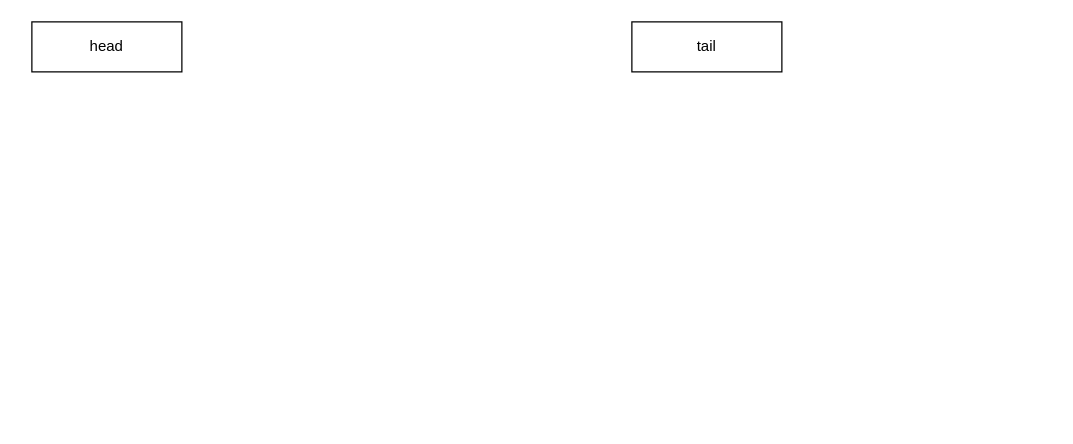
This is page "线程池的核心流程" (6 of 6) of docs/06.JUC/绘图文件/并发编程.drawio from freedom0123/coding, a draw.io file, before an edit. Source tidied: cells renumbered, new cells numbered last; positions are measured from the earlier drawing's top-left corner, leaving out a move shared by most shapes. Both pictures are drawn from the tidied source at 125%, with x=0, y=0 at pixel (31, 21).
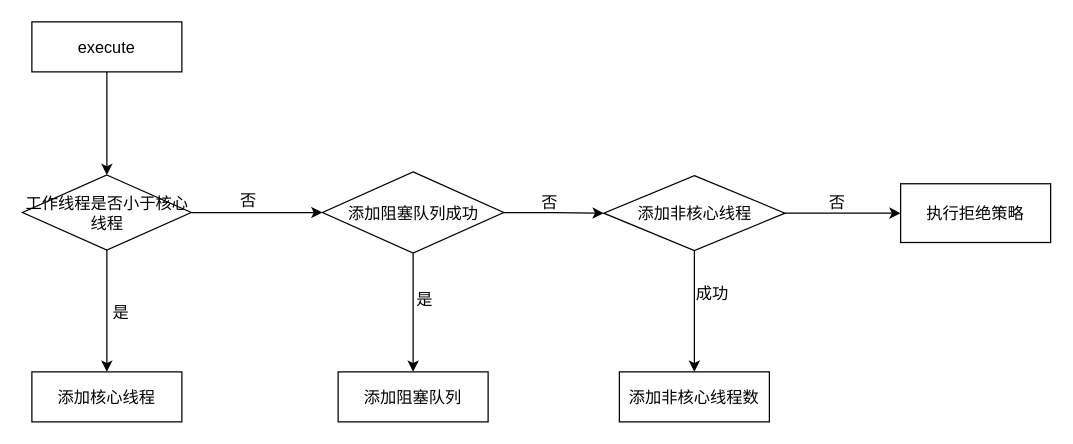
After the change.

Diff of the diagram source:
```diff
@@
+    <mxCell id="4" style="edgeStyle=orthogonalEdgeStyle;rounded=0;jettySize=auto;html=1;fontSize=13;" parent="1" edge="1" source="2" target="9">
+      <mxGeometry relative="1" as="geometry" />
+    </mxCell>
-    <mxCell id="2" value="head" style="rounded=0;whiteSpace=wrap;html=1;" parent="1" vertex="1">
+    <mxCell id="2" value="execute" style="rounded=0;whiteSpace=wrap;html=1;fontSize=13;" parent="1" vertex="1">
       <mxGeometry width="120" height="40" as="geometry" />
     </mxCell>
-    <mxCell id="3" value="tail" style="rounded=0;whiteSpace=wrap;html=1;" parent="1" vertex="1">
-      <mxGeometry x="480" width="120" height="40" as="geometry" />
-    </mxCell>
+    <mxCell id="5" style="edgeStyle=orthogonalEdgeStyle;rounded=0;jettySize=auto;html=1;fontSize=13;" parent="1" edge="1" source="9" target="14">
+      <mxGeometry relative="1" as="geometry" />
+    </mxCell>
+    <mxCell id="6" value="否" style="edgeLabel;html=1;align=center;verticalAlign=middle;fontSize=13;" parent="5" vertex="1">
+      <mxGeometry x="-0.43" y="-1" relative="1" as="geometry">
+        <mxPoint x="15" y="-11" as="offset" />
+      </mxGeometry>
+    </mxCell>
+    <mxCell id="7" style="edgeStyle=orthogonalEdgeStyle;rounded=0;jettySize=auto;html=1;fontSize=13;" parent="1" edge="1" source="9" target="15">
+      <mxGeometry relative="1" as="geometry" />
+    </mxCell>
+    <mxCell id="8" value="是" style="edgeLabel;html=1;align=center;verticalAlign=middle;fontSize=13;" parent="7" vertex="1">
+      <mxGeometry x="-0.14" y="1" relative="1" as="geometry">
+        <mxPoint x="9" y="7" as="offset" />
+      </mxGeometry>
+    </mxCell>
+    <mxCell id="9" value="工作线程是否小于核心线程" style="rhombus;whiteSpace=wrap;html=1;rounded=0;fontSize=13;" parent="1" vertex="1">
+      <mxGeometry x="-7.5" y="122.5" width="135" height="60" as="geometry" />
+    </mxCell>
+    <mxCell id="10" style="edgeStyle=orthogonalEdgeStyle;rounded=0;jettySize=auto;html=1;fontSize=13;" parent="1" edge="1" source="14" target="16">
+      <mxGeometry relative="1" as="geometry" />
+    </mxCell>
+    <mxCell id="11" value="是" style="edgeLabel;html=1;align=center;verticalAlign=middle;fontSize=13;" parent="10" vertex="1">
+      <mxGeometry x="-0.24" y="1" relative="1" as="geometry">
+        <mxPoint x="7" as="offset" />
+      </mxGeometry>
+    </mxCell>
+    <mxCell id="12" style="edgeStyle=orthogonalEdgeStyle;rounded=0;jettySize=auto;html=1;fontSize=13;" parent="1" edge="1" source="14" target="21">
+      <mxGeometry relative="1" as="geometry" />
+    </mxCell>
+    <mxCell id="13" value="否" style="edgeLabel;html=1;align=center;verticalAlign=middle;fontSize=13;" parent="12" vertex="1">
+      <mxGeometry x="0.28" y="3" relative="1" as="geometry">
+        <mxPoint x="-16" y="-7" as="offset" />
+      </mxGeometry>
+    </mxCell>
+    <mxCell id="14" value="&lt;span style=&quot;background-color: initial; font-size: 13px;&quot;&gt;添加阻塞队列成功&lt;/span&gt;" style="rhombus;whiteSpace=wrap;html=1;rounded=0;align=center;fontSize=13;" parent="1" vertex="1">
+      <mxGeometry x="232.5" y="120" width="145" height="65" as="geometry" />
+    </mxCell>
+    <mxCell id="15" value="添加核心线程" style="whiteSpace=wrap;html=1;rounded=0;fontSize=13;" parent="1" vertex="1">
+      <mxGeometry y="280" width="120" height="40" as="geometry" />
+    </mxCell>
+    <mxCell id="16" value="添加阻塞队列" style="whiteSpace=wrap;html=1;rounded=0;fontSize=13;" parent="1" vertex="1">
+      <mxGeometry x="245" y="280" width="120" height="40" as="geometry" />
+    </mxCell>
+    <mxCell id="17" style="edgeStyle=orthogonalEdgeStyle;rounded=0;jettySize=auto;html=1;fontSize=13;" parent="1" edge="1" source="21" target="22">
+      <mxGeometry relative="1" as="geometry" />
+    </mxCell>
+    <mxCell id="18" value="成功" style="edgeLabel;html=1;align=center;verticalAlign=middle;fontSize=13;" parent="17" vertex="1">
+      <mxGeometry x="-0.32" y="1" relative="1" as="geometry">
+        <mxPoint x="12" as="offset" />
+      </mxGeometry>
+    </mxCell>
+    <mxCell id="19" style="edgeStyle=orthogonalEdgeStyle;rounded=0;jettySize=auto;html=1;fontSize=13;" parent="1" edge="1" source="21" target="23">
+      <mxGeometry relative="1" as="geometry" />
+    </mxCell>
+    <mxCell id="20" value="否" style="edgeLabel;html=1;align=center;verticalAlign=middle;fontSize=13;" parent="19" vertex="1">
+      <mxGeometry x="-0.11" relative="1" as="geometry">
+        <mxPoint y="-10" as="offset" />
+      </mxGeometry>
+    </mxCell>
+    <mxCell id="21" value="添加非核心线程" style="rhombus;whiteSpace=wrap;html=1;rounded=0;align=center;fontSize=13;" parent="1" vertex="1">
+      <mxGeometry x="457.5" y="123" width="145" height="60" as="geometry" />
+    </mxCell>
+    <mxCell id="22" value="添加非核心线程数" style="whiteSpace=wrap;html=1;rounded=0;fontSize=13;" parent="1" vertex="1">
+      <mxGeometry x="470" y="280" width="120" height="40" as="geometry" />
+    </mxCell>
+    <mxCell id="23" value="执行拒绝策略" style="whiteSpace=wrap;html=1;rounded=0;fontSize=13;" parent="1" vertex="1">
+      <mxGeometry x="695" y="129.5" width="120" height="47" as="geometry" />
+    </mxCell>
```
